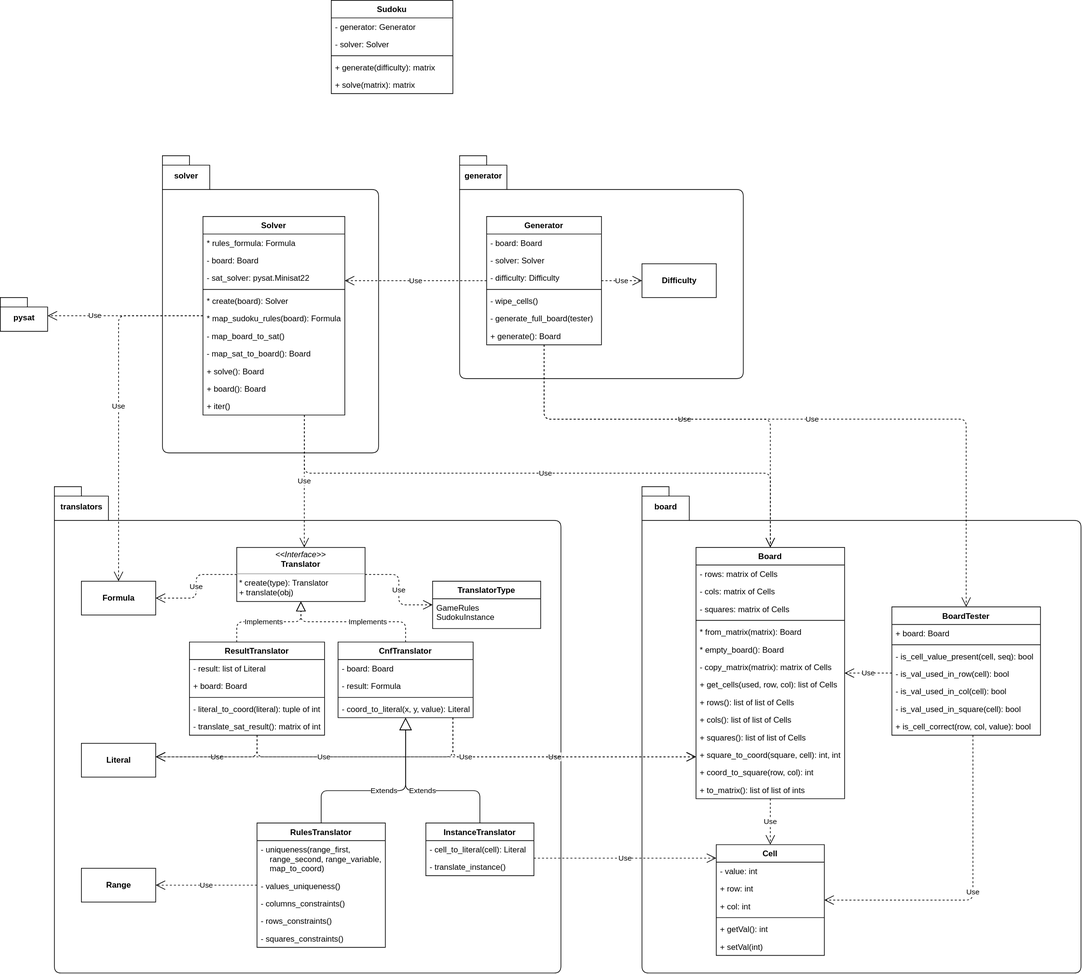
Before: schema.drawio.svg, a diagram exported from draw.io (gabrielepongelli/PySudoku). Source tidied: cells renumbered, new cells last; positions are measured from the earlier drawing's top-left corner, leaving out a move shared by most shapes.
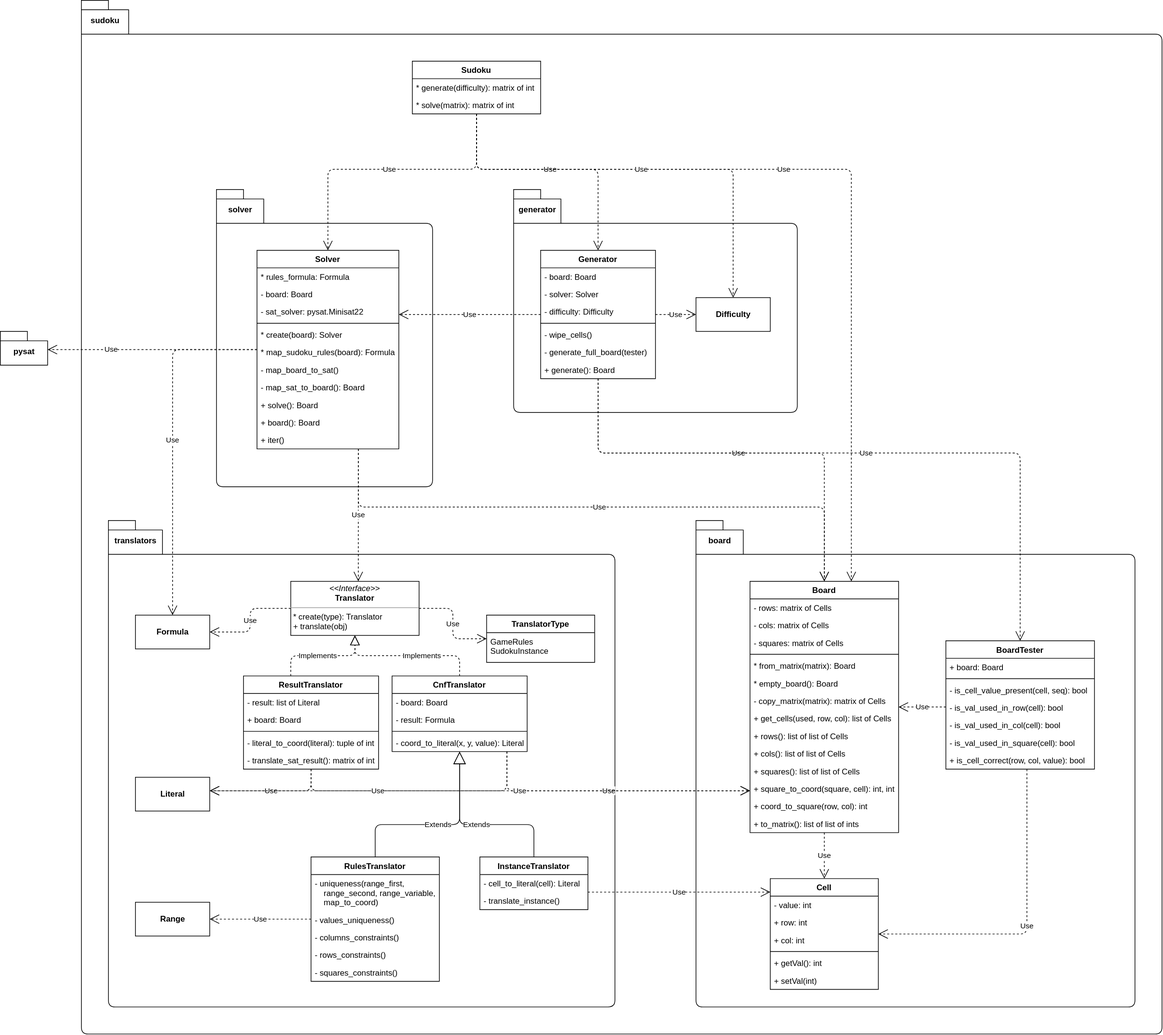
The same file after the commit.

Commit message:
Created the class Sudoku.

The edit, as a diff of the source:
```diff
@@ -3,22 +3,13 @@
     <mxCell id="0" />
     <mxCell id="1" parent="0" />
     <mxCell id="2" value="Sudoku" style="swimlane;fontStyle=1;align=center;verticalAlign=top;horizontal=1;startSize=26;" parent="1" vertex="1">
-      <mxGeometry x="490" width="180" height="138" as="geometry" />
+      <mxGeometry x="530" y="40" width="190" height="78" as="geometry" />
     </mxCell>
-    <mxCell id="3" value="- generator: Generator" style="text;strokeColor=none;fillColor=none;align=left;verticalAlign=top;spacingLeft=4;spacingRight=4;overflow=hidden;" parent="2" vertex="1">
-      <mxGeometry y="26" width="180" height="26" as="geometry" />
-    </mxCell>
-    <mxCell id="4" value="- solver: Solver" style="text;strokeColor=none;fillColor=none;align=left;verticalAlign=top;spacingLeft=4;spacingRight=4;overflow=hidden;" parent="2" vertex="1">
-      <mxGeometry y="52" width="180" height="26" as="geometry" />
-    </mxCell>
-    <mxCell id="5" style="line;strokeWidth=1;fillColor=none;align=left;verticalAlign=middle;spacingTop=-1;spacingLeft=3;spacingRight=3;labelPosition=right;" parent="2" vertex="1">
-      <mxGeometry y="78" width="180" height="8" as="geometry" />
-    </mxCell>
-    <mxCell id="6" value="+ generate(difficulty): matrix" style="text;strokeColor=none;fillColor=none;align=left;verticalAlign=top;spacingLeft=4;spacingRight=4;overflow=hidden;" parent="2" vertex="1">
-      <mxGeometry y="86" width="180" height="26" as="geometry" />
+    <mxCell id="6" value="* generate(difficulty): matrix of int" style="text;strokeColor=none;fillColor=none;align=left;verticalAlign=top;spacingLeft=4;spacingRight=4;overflow=hidden;" parent="2" vertex="1">
+      <mxGeometry y="26" width="190" height="26" as="geometry" />
     </mxCell>
-    <mxCell id="7" value="+ solve(matrix): matrix" style="text;strokeColor=none;fillColor=none;align=left;verticalAlign=top;spacingLeft=4;spacingRight=4;overflow=hidden;" parent="2" vertex="1">
-      <mxGeometry y="112" width="180" height="26" as="geometry" />
+    <mxCell id="7" value="* solve(matrix): matrix of int" style="text;strokeColor=none;fillColor=none;align=left;verticalAlign=top;spacingLeft=4;spacingRight=4;overflow=hidden;" parent="2" vertex="1">
+      <mxGeometry y="52" width="190" height="26" as="geometry" />
     </mxCell>
     <mxCell id="8" value="&lt;b&gt;Difficulty&lt;/b&gt;" style="html=1;" parent="1" vertex="1">
       <mxGeometry x="950" y="390" width="110" height="50" as="geometry" />
@@ -343,7 +334,7 @@
       <mxGeometry x="240" y="230" width="70" height="50" as="geometry" />
     </mxCell>
     <mxCell id="97" value="pysat" style="shape=folder;fontStyle=1;spacingTop=10;tabWidth=40;tabHeight=14;tabPosition=left;html=1;" parent="1" vertex="1">
-      <mxGeometry y="440" width="70" height="50" as="geometry" />
+      <mxGeometry x="-80" y="440" width="70" height="50" as="geometry" />
     </mxCell>
     <mxCell id="98" value="Use" style="endArrow=open;endSize=12;dashed=1;html=1;edgeStyle=orthogonalEdgeStyle;" parent="1" edge="1" source="24" target="97">
       <mxGeometry x="0.39" relative="1" as="geometry">
@@ -447,5 +438,49 @@
         </Array>
       </mxGeometry>
     </mxCell>
+    <mxCell id="117" value="sudoku" style="shape=folder;fontStyle=1;spacingTop=10;tabWidth=40;tabHeight=14;tabPosition=left;html=1;" parent="1" vertex="1">
+      <mxGeometry x="40" y="-50" width="70" height="50" as="geometry" />
+    </mxCell>
+    <mxCell id="118" style="endArrow=none;html=1;exitX=0;exitY=0;exitDx=0;exitDy=50;exitPerimeter=0;entryX=0;entryY=0;entryDx=70;entryDy=50;entryPerimeter=0;" parent="1" edge="1" source="117" target="117">
+      <mxGeometry relative="1" as="geometry">
+        <Array as="points">
+          <mxPoint x="40" y="1480" />
+          <mxPoint x="1640" y="1480" />
+          <mxPoint x="1640" />
+        </Array>
+      </mxGeometry>
+    </mxCell>
+    <mxCell id="119" value="Use" style="endArrow=open;endSize=12;dashed=1;html=1;edgeStyle=orthogonalEdgeStyle;" parent="1" edge="1" source="2" target="24">
+      <mxGeometry relative="1" as="geometry">
+        <Array as="points">
+          <mxPoint x="625" y="200" />
+          <mxPoint x="405" y="200" />
+        </Array>
+      </mxGeometry>
+    </mxCell>
+    <mxCell id="120" value="Use" style="endArrow=open;endSize=12;dashed=1;html=1;edgeStyle=orthogonalEdgeStyle;" parent="1" edge="1" source="2" target="9">
+      <mxGeometry relative="1" as="geometry">
+        <Array as="points">
+          <mxPoint x="625" y="200" />
+          <mxPoint x="805" y="200" />
+        </Array>
+      </mxGeometry>
+    </mxCell>
+    <mxCell id="121" value="Use" style="endArrow=open;endSize=12;dashed=1;html=1;edgeStyle=orthogonalEdgeStyle;" parent="1" edge="1" source="2" target="37">
+      <mxGeometry x="-0.14" relative="1" as="geometry">
+        <Array as="points">
+          <mxPoint x="625" y="200" />
+          <mxPoint x="1180" y="200" />
+        </Array>
+      </mxGeometry>
+    </mxCell>
+    <mxCell id="122" value="Use" style="endArrow=open;endSize=12;dashed=1;html=1;edgeStyle=orthogonalEdgeStyle;" parent="1" edge="1" source="2" target="8">
+      <mxGeometry relative="1" as="geometry">
+        <Array as="points">
+          <mxPoint x="625" y="200" />
+          <mxPoint x="1005" y="200" />
+        </Array>
+      </mxGeometry>
+    </mxCell>
   </root>
 </mxGraphModel>
```
